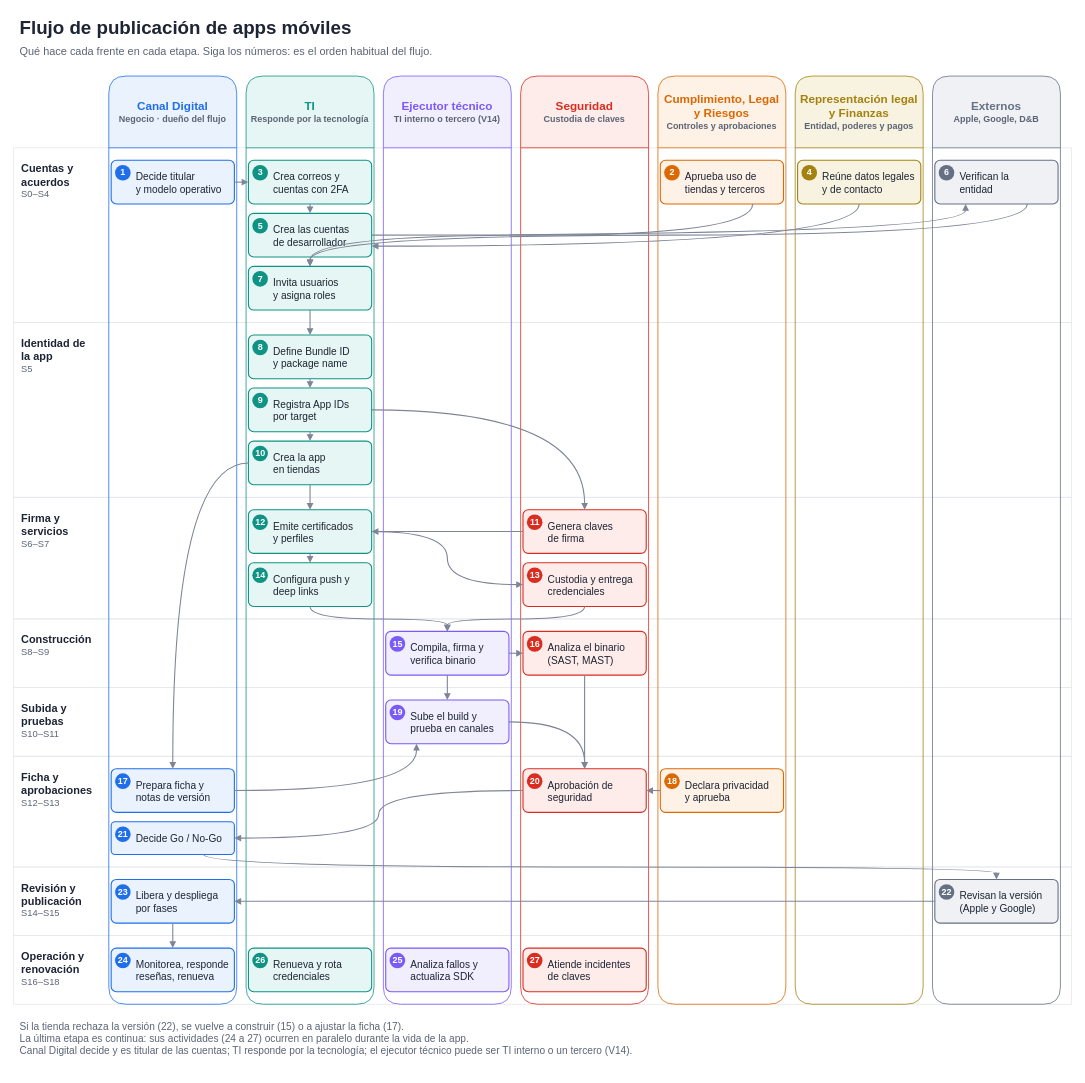
Before: dist/swimlanes.drawio in devla90/mobile-app-publishing-model, a draw.io diagram. Source tidied: cells renumbered, new cells numbered last; positions are measured from the earlier drawing's top-left corner, leaving out a move shared by most shapes. Both pictures are drawn from the tidied source at 78%, with x=0, y=0 at pixel (13, 13).
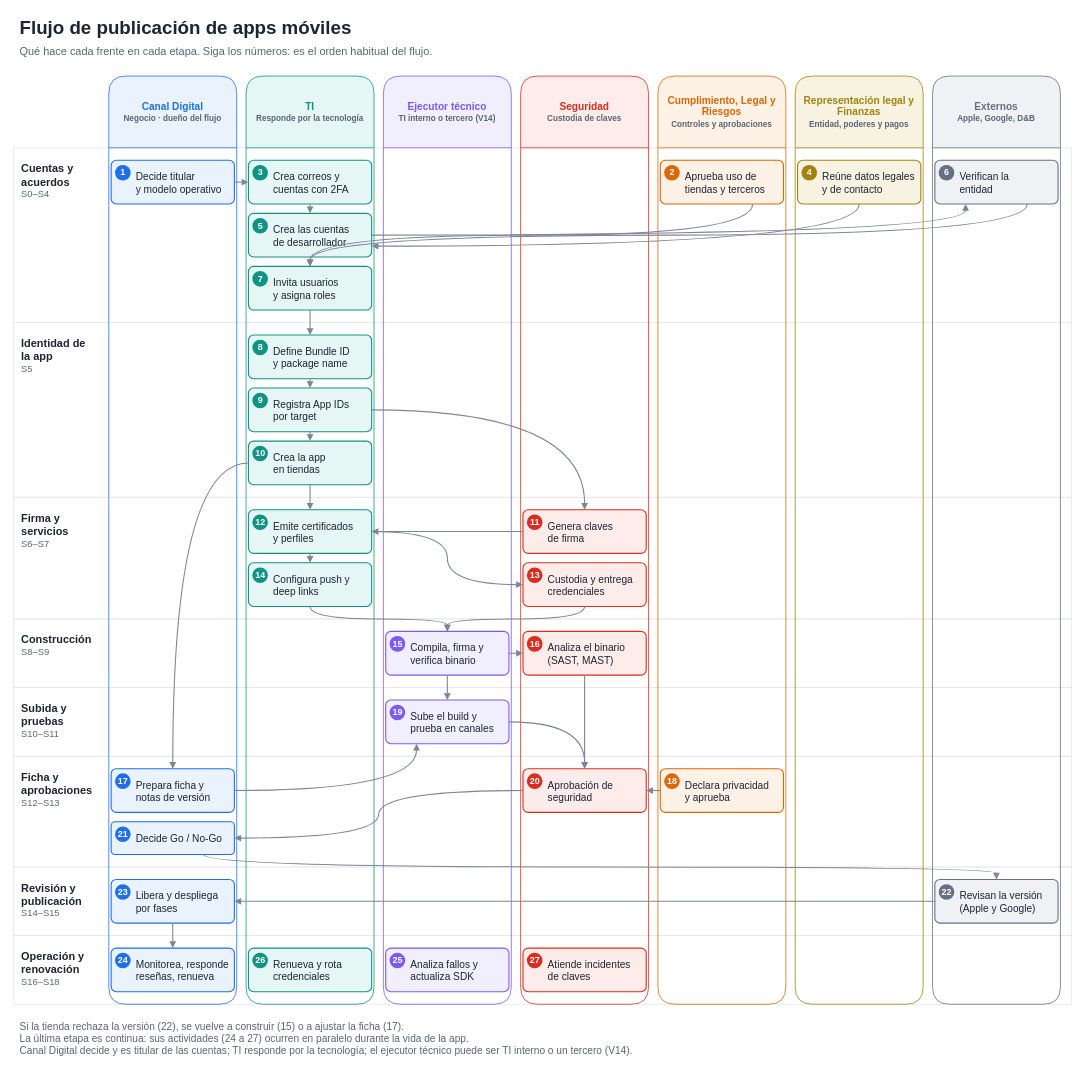
After the change.

Diff of the diagram source:
```diff
@@
-    <mxCell id="12" value="&lt;b style=&quot;font-size:15px&quot;&gt;Canal Digital&lt;/b&gt;&lt;br&gt;&lt;span style=&quot;font-size:11.5px;color:#5B6475&quot;&gt;Negocio · dueño del flujo&lt;/span&gt;" style="swimlane;html=1;whiteSpace=wrap;startSize=92;rounded=1;arcSize=8;fillColor=#EAF2FE;swimlaneFillColor=none;strokeColor=#1F6FEB;fontColor=#1F6FEB;horizontal=1;verticalAlign=middle;fontFamily=Calibri;" parent="1" vertex="1">
+    <mxCell id="12" value="&lt;b style=&quot;font-size:13px&quot;&gt;Canal Digital&lt;/b&gt;&lt;br&gt;&lt;span style=&quot;font-size:10.5px;color:#5B6475&quot;&gt;Negocio · dueño del flujo&lt;/span&gt;" style="swimlane;html=1;whiteSpace=wrap;startSize=92;rounded=1;arcSize=8;fillColor=#EAF2FE;swimlaneFillColor=none;strokeColor=#1F6FEB;fontColor=#1F6FEB;horizontal=1;verticalAlign=middle;fontFamily=Calibri;" parent="1" vertex="1">
       <mxGeometry x="122" y="80" width="164" height="1190" as="geometry" />
     </mxCell>
@@
-    <mxCell id="23" value="&lt;b style=&quot;font-size:15px&quot;&gt;TI&lt;/b&gt;&lt;br&gt;&lt;span style=&quot;font-size:11.5px;color:#5B6475&quot;&gt;Responde por la tecnología&lt;/span&gt;" style="swimlane;html=1;whiteSpace=wrap;startSize=92;rounded=1;arcSize=8;fillColor=#E6F6F4;swimlaneFillColor=none;strokeColor=#0E9384;fontColor=#0E9384;horizontal=1;verticalAlign=middle;fontFamily=Calibri;" parent="1" vertex="1">
+    <mxCell id="23" value="&lt;b style=&quot;font-size:13px&quot;&gt;TI&lt;/b&gt;&lt;br&gt;&lt;span style=&quot;font-size:10.5px;color:#5B6475&quot;&gt;Responde por la tecnología&lt;/span&gt;" style="swimlane;html=1;whiteSpace=wrap;startSize=92;rounded=1;arcSize=8;fillColor=#E6F6F4;swimlaneFillColor=none;strokeColor=#0E9384;fontColor=#0E9384;horizontal=1;verticalAlign=middle;fontFamily=Calibri;" parent="1" vertex="1">
       <mxGeometry x="298" y="80" width="164" height="1190" as="geometry" />
     </mxCell>
@@
-    <mxCell id="42" value="&lt;b style=&quot;font-size:15px&quot;&gt;Ejecutor técnico&lt;/b&gt;&lt;br&gt;&lt;span style=&quot;font-size:11.5px;color:#5B6475&quot;&gt;TI interno o tercero (V14)&lt;/span&gt;" style="swimlane;html=1;whiteSpace=wrap;startSize=92;rounded=1;arcSize=8;fillColor=#F1EEFE;swimlaneFillColor=none;strokeColor=#7A5AF8;fontColor=#7A5AF8;horizontal=1;verticalAlign=middle;fontFamily=Calibri;" parent="1" vertex="1">
+    <mxCell id="42" value="&lt;b style=&quot;font-size:13px&quot;&gt;Ejecutor técnico&lt;/b&gt;&lt;br&gt;&lt;span style=&quot;font-size:10.5px;color:#5B6475&quot;&gt;TI interno o tercero (V14)&lt;/span&gt;" style="swimlane;html=1;whiteSpace=wrap;startSize=92;rounded=1;arcSize=8;fillColor=#F1EEFE;swimlaneFillColor=none;strokeColor=#7A5AF8;fontColor=#7A5AF8;horizontal=1;verticalAlign=middle;fontFamily=Calibri;" parent="1" vertex="1">
       <mxGeometry x="474" y="80" width="164" height="1190" as="geometry" />
     </mxCell>
@@
-    <mxCell id="49" value="&lt;b style=&quot;font-size:15px&quot;&gt;Seguridad&lt;/b&gt;&lt;br&gt;&lt;span style=&quot;font-size:11.5px;color:#5B6475&quot;&gt;Custodia de claves&lt;/span&gt;" style="swimlane;html=1;whiteSpace=wrap;startSize=92;rounded=1;arcSize=8;fillColor=#FDECEA;swimlaneFillColor=none;strokeColor=#D92D20;fontColor=#D92D20;horizontal=1;verticalAlign=middle;fontFamily=Calibri;" parent="1" vertex="1">
+    <mxCell id="49" value="&lt;b style=&quot;font-size:13px&quot;&gt;Seguridad&lt;/b&gt;&lt;br&gt;&lt;span style=&quot;font-size:10.5px;color:#5B6475&quot;&gt;Custodia de claves&lt;/span&gt;" style="swimlane;html=1;whiteSpace=wrap;startSize=92;rounded=1;arcSize=8;fillColor=#FDECEA;swimlaneFillColor=none;strokeColor=#D92D20;fontColor=#D92D20;horizontal=1;verticalAlign=middle;fontFamily=Calibri;" parent="1" vertex="1">
       <mxGeometry x="650" y="80" width="164" height="1190" as="geometry" />
     </mxCell>
@@
-    <mxCell id="60" value="&lt;b style=&quot;font-size:15px&quot;&gt;Cumplimiento, Legal&lt;br&gt;y Riesgos&lt;/b&gt;&lt;br&gt;&lt;span style=&quot;font-size:11.5px;color:#5B6475&quot;&gt;Controles y aprobaciones&lt;/span&gt;" style="swimlane;html=1;whiteSpace=wrap;startSize=92;rounded=1;arcSize=8;fillColor=#FEF1E6;swimlaneFillColor=none;strokeColor=#DC6803;fontColor=#DC6803;horizontal=1;verticalAlign=middle;fontFamily=Calibri;" parent="1" vertex="1">
+    <mxCell id="60" value="&lt;b style=&quot;font-size:13px&quot;&gt;Cumplimiento, Legal y&lt;br&gt;Riesgos&lt;/b&gt;&lt;br&gt;&lt;span style=&quot;font-size:10.5px;color:#5B6475&quot;&gt;Controles y aprobaciones&lt;/span&gt;" style="swimlane;html=1;whiteSpace=wrap;startSize=92;rounded=1;arcSize=8;fillColor=#FEF1E6;swimlaneFillColor=none;strokeColor=#DC6803;fontColor=#DC6803;horizontal=1;verticalAlign=middle;fontFamily=Calibri;" parent="1" vertex="1">
       <mxGeometry x="826" y="80" width="164" height="1190" as="geometry" />
     </mxCell>
@@
-    <mxCell id="65" value="&lt;b style=&quot;font-size:15px&quot;&gt;Representación legal&lt;br&gt;y Finanzas&lt;/b&gt;&lt;br&gt;&lt;span style=&quot;font-size:11.5px;color:#5B6475&quot;&gt;Entidad, poderes y pagos&lt;/span&gt;" style="swimlane;html=1;whiteSpace=wrap;startSize=92;rounded=1;arcSize=8;fillColor=#F8F3E0;swimlaneFillColor=none;strokeColor=#A3820F;fontColor=#A3820F;horizontal=1;verticalAlign=middle;fontFamily=Calibri;" parent="1" vertex="1">
+    <mxCell id="65" value="&lt;b style=&quot;font-size:13px&quot;&gt;Representación legal y&lt;br&gt;Finanzas&lt;/b&gt;&lt;br&gt;&lt;span style=&quot;font-size:10.5px;color:#5B6475&quot;&gt;Entidad, poderes y pagos&lt;/span&gt;" style="swimlane;html=1;whiteSpace=wrap;startSize=92;rounded=1;arcSize=8;fillColor=#F8F3E0;swimlaneFillColor=none;strokeColor=#A3820F;fontColor=#A3820F;horizontal=1;verticalAlign=middle;fontFamily=Calibri;" parent="1" vertex="1">
       <mxGeometry x="1002" y="80" width="164" height="1190" as="geometry" />
     </mxCell>
@@
-    <mxCell id="68" value="&lt;b style=&quot;font-size:15px&quot;&gt;Externos&lt;/b&gt;&lt;br&gt;&lt;span style=&quot;font-size:11.5px;color:#5B6475&quot;&gt;Apple, Google, D&amp;amp;B&lt;/span&gt;" style="swimlane;html=1;whiteSpace=wrap;startSize=92;rounded=1;arcSize=8;fillColor=#F0F1F4;swimlaneFillColor=none;strokeColor=#667085;fontColor=#667085;horizontal=1;verticalAlign=middle;fontFamily=Calibri;" parent="1" vertex="1">
+    <mxCell id="68" value="&lt;b style=&quot;font-size:13px&quot;&gt;Externos&lt;/b&gt;&lt;br&gt;&lt;span style=&quot;font-size:10.5px;color:#5B6475&quot;&gt;Apple, Google, D&amp;amp;B&lt;/span&gt;" style="swimlane;html=1;whiteSpace=wrap;startSize=92;rounded=1;arcSize=8;fillColor=#F0F1F4;swimlaneFillColor=none;strokeColor=#667085;fontColor=#667085;horizontal=1;verticalAlign=middle;fontFamily=Calibri;" parent="1" vertex="1">
       <mxGeometry x="1178" y="80" width="164" height="1190" as="geometry" />
     </mxCell>
```
